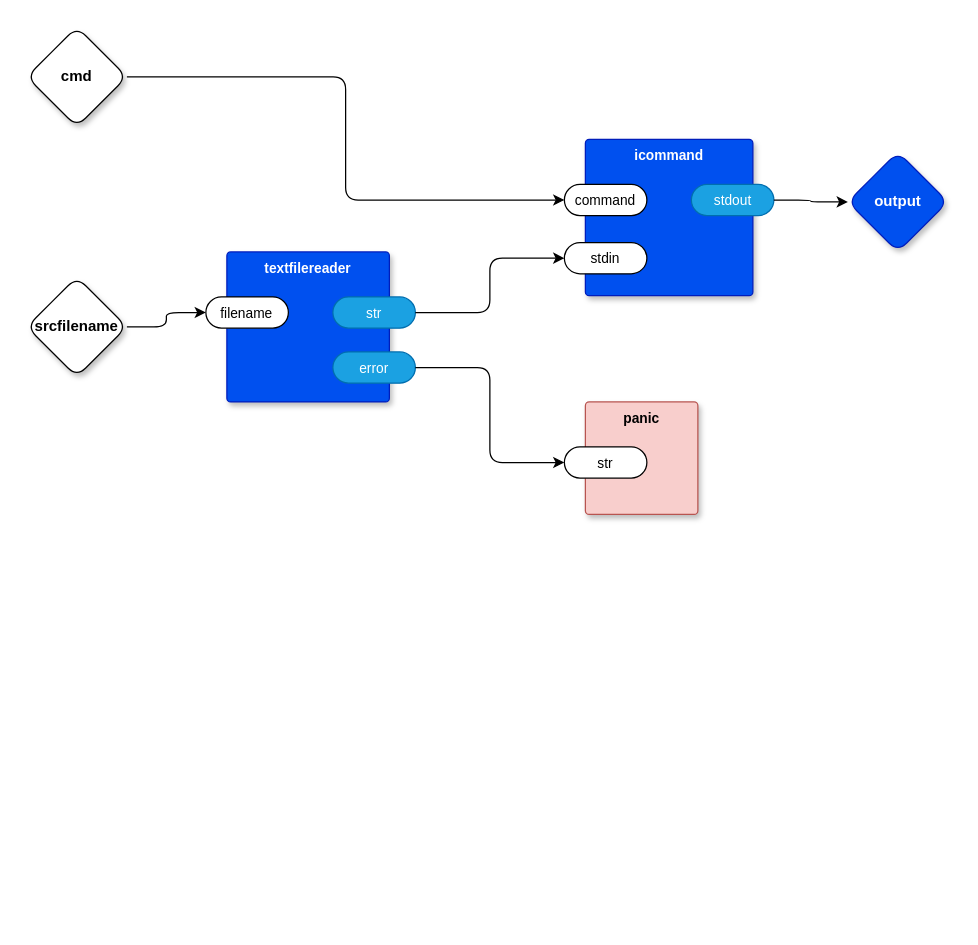
The draw.io diagram page "transpile" (2 of 3) of ghoststars.drawio in guitarvydas/fabghoststars, before the edit. Source tidied: cells renumbered, new cells numbered last; positions are measured from the earlier drawing's top-left corner, leaving out a move shared by most shapes. Both pictures are drawn from the tidied source at 125%, with x=0, y=0 at pixel (26, 26).
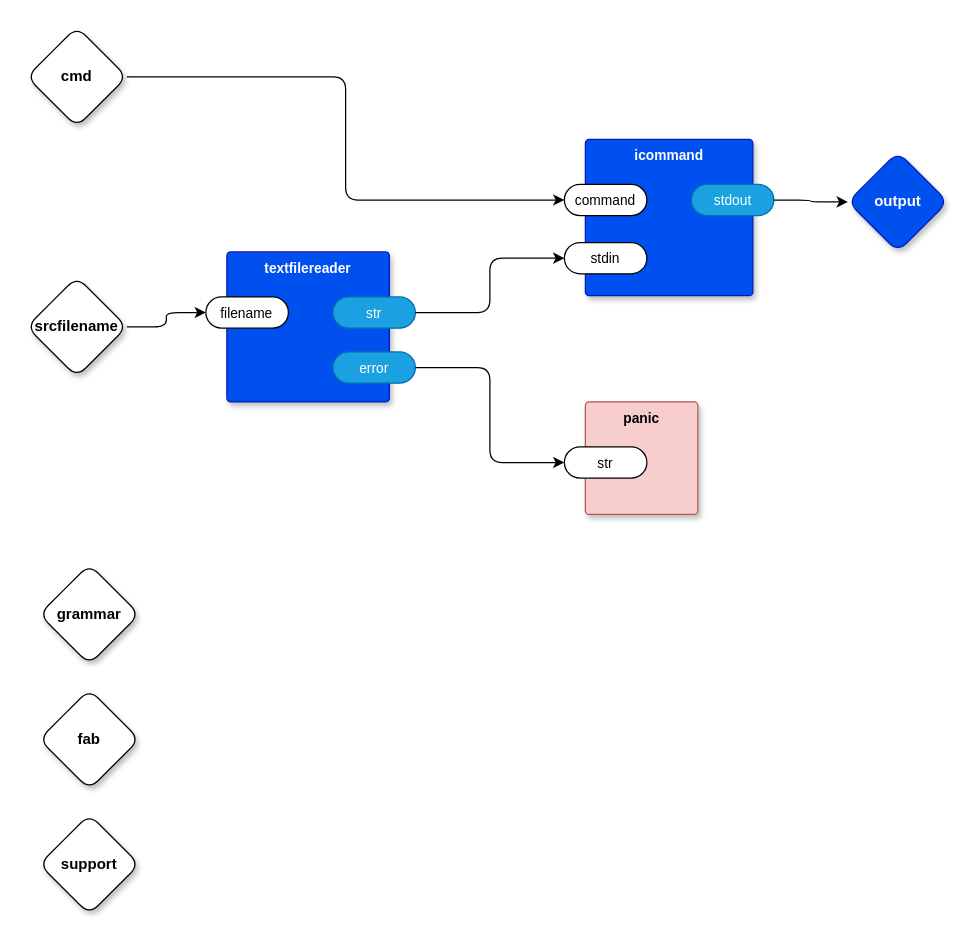
After the change.

Change to the diagram source:
```diff
@@
+    <mxCell id="20" value="grammar" style="rhombus;whiteSpace=wrap;html=1;rounded=1;fontStyle=1;glass=0;sketch=0;fontSize=12;shadow=1;" parent="1" vertex="1">
+      <mxGeometry x="10" y="430" width="80" height="80" as="geometry" />
+    </mxCell>
+    <mxCell id="21" value="fab" style="rhombus;whiteSpace=wrap;html=1;rounded=1;fontStyle=1;glass=0;sketch=0;fontSize=12;shadow=1;" parent="1" vertex="1">
+      <mxGeometry x="10" y="530" width="80" height="80" as="geometry" />
+    </mxCell>
+    <mxCell id="22" value="support" style="rhombus;whiteSpace=wrap;html=1;rounded=1;fontStyle=1;glass=0;sketch=0;fontSize=12;shadow=1;" parent="1" vertex="1">
+      <mxGeometry x="10" y="630" width="80" height="80" as="geometry" />
+    </mxCell>
```
